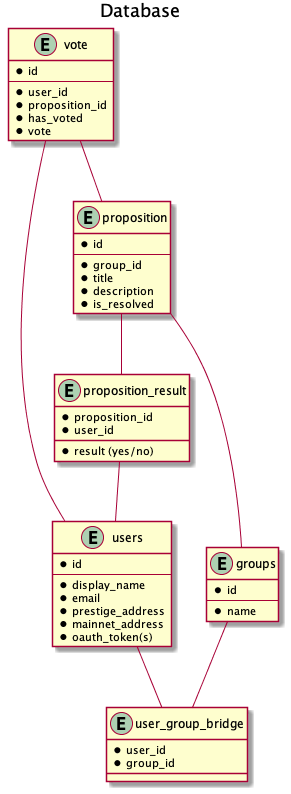
The PlantUML diagram diagram_out/Diagrams/Database/database.png in adhurjaty/prediction-app, before a commit.
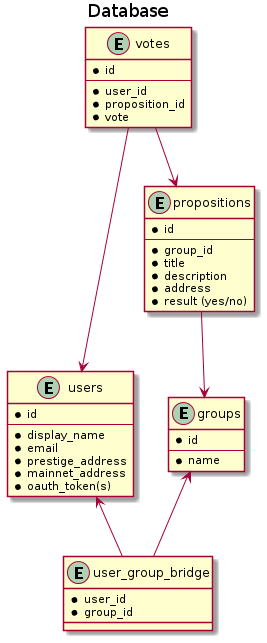
The same diagram one commit later.

Diff of the diagram source:
```diff
@@ -23,36 +23,28 @@
     * group_id
 }
 
-entity proposition {
+entity propositions {
     * id
     ---
     * group_id
     * title
     * description
-    * is_resolved
+    * address
+    * result (yes/no)
 }
 
-entity vote {
+entity votes {
     * id
     ---
     * user_id
     * proposition_id
-    * has_voted
     * vote
 }
 
-entity proposition_result {
-    * proposition_id
-    * user_id
-    * result (yes/no)
-}
-
-users -- user_group_bridge
-groups -- user_group_bridge
-proposition -- groups
-vote -- users
-vote -- proposition
-proposition -- proposition_result
-proposition_result -- users
+users <-- user_group_bridge
+groups <-- user_group_bridge
+propositions --> groups
+votes --> users
+votes --> propositions
 
 @enduml
```
